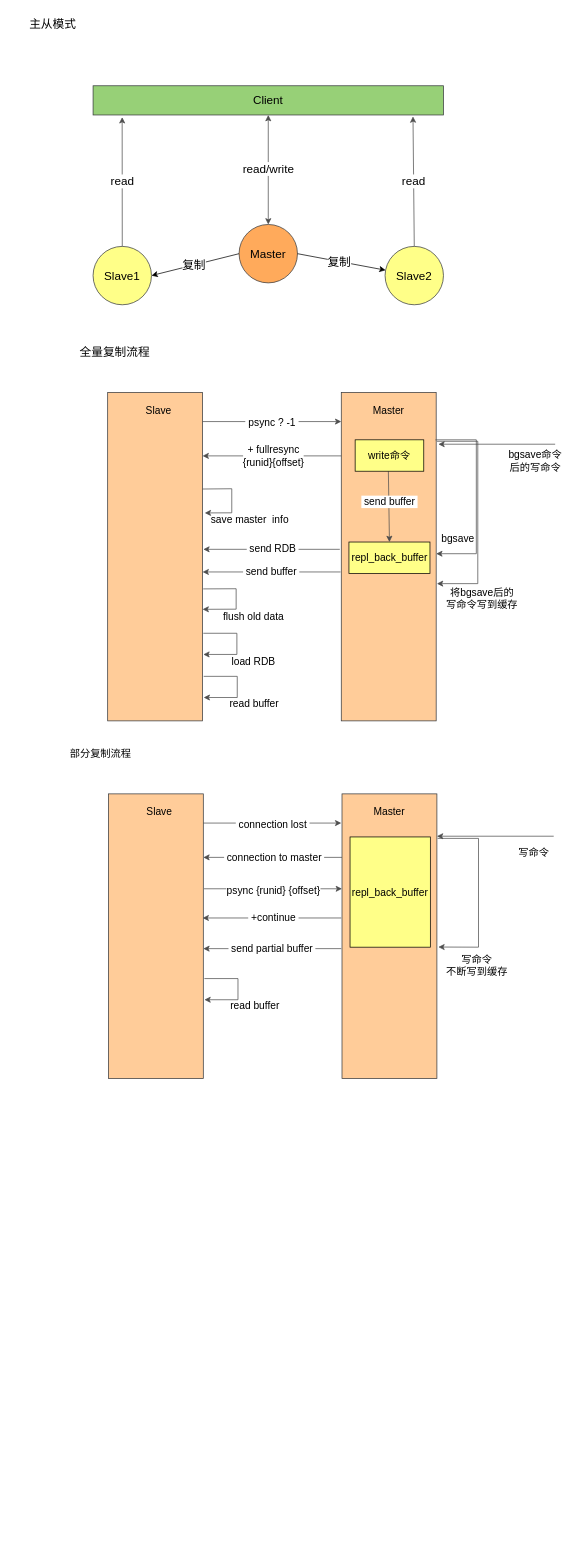
zhangyuying-cn/images keeps this draw.io diagram as page "Redis部署方式" (5 of 5) of Redis/Redis.drawio. Above is the earlier version. Source tidied: cells renumbered, new cells numbered last; positions are measured from the earlier drawing's top-left corner, leaving out a move shared by most shapes. Both pictures are drawn from the tidied source at 73%, with x=0, y=0 at pixel (12, 12).
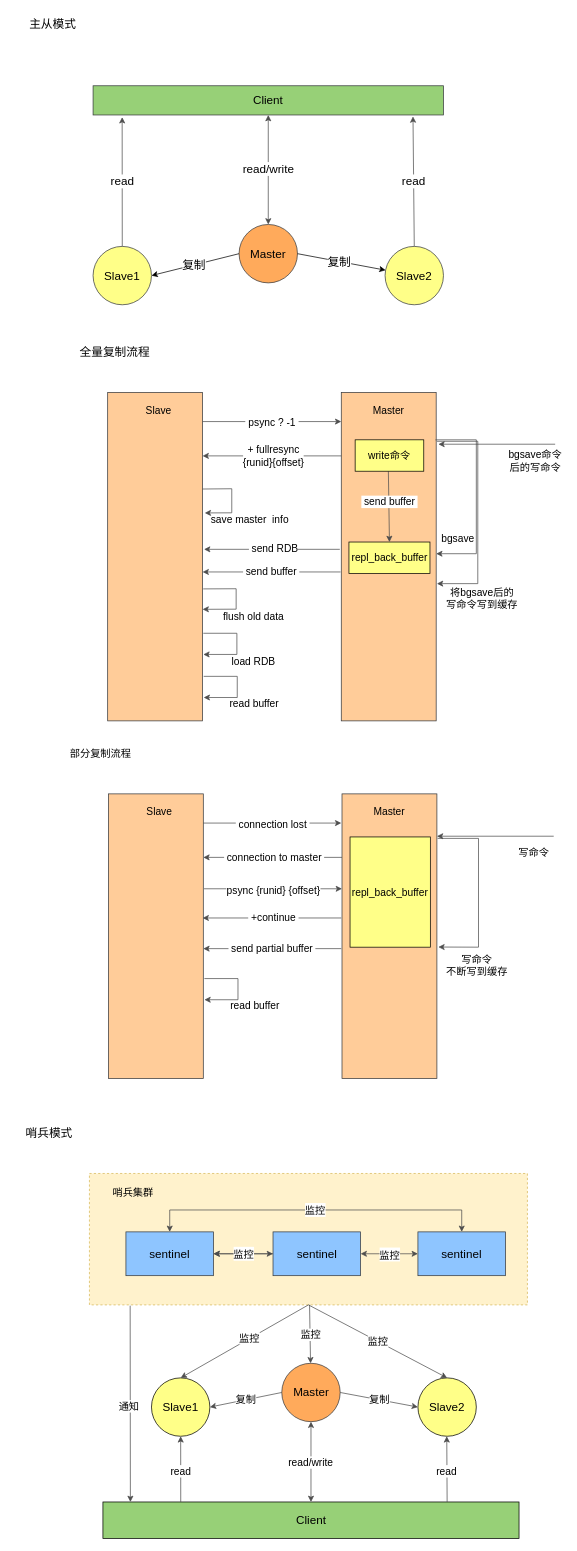
After the change.

Diff of the diagram source:
```diff
@@
+    <mxCell id="67" style="rounded=0;whiteSpace=wrap;html=1;fontSize=16;dashed=1;fillColor=#fff2cc;strokeColor=#d6b656;" parent="1" vertex="1">
+      <mxGeometry x="105" y="1590" width="600" height="180" as="geometry" />
+    </mxCell>
@@
     <mxCell id="35" style="endArrow=classic;html=1;rounded=0;fontSize=14;strokeColor=#4D4D4D;entryX=1.008;entryY=0.462;entryDx=0;entryDy=0;entryPerimeter=0;exitX=-0.023;exitY=0.598;exitDx=0;exitDy=0;exitPerimeter=0;" parent="1" edge="1">
       <mxGeometry relative="1" as="geometry">
         <mxPoint x="448" y="735" as="sourcePoint" />
-        <mxPoint x="261" y="735" as="targetPoint" />
+        <mxPoint x="262" y="735" as="targetPoint" />
       </mxGeometry>
     </mxCell>
-    <mxCell id="36" value="&amp;nbsp;send RDB&amp;nbsp;" style="edgeLabel;html=1;align=center;verticalAlign=middle;fontSize=14;" parent="35" vertex="1">
+    <mxCell id="36" value="&amp;nbsp;send RDB" style="edgeLabel;html=1;align=center;verticalAlign=middle;fontSize=14;" parent="35" vertex="1">
       <mxGeometry x="-0.01" y="-2" relative="1" as="geometry" />
     </mxCell>
@@
+    <mxCell id="68" value="&lt;font style=&quot;font-size: 16px;&quot;&gt;哨兵模式&lt;/font&gt;" style="text;html=1;strokeColor=none;fillColor=none;align=center;verticalAlign=middle;whiteSpace=wrap;rounded=0;fontSize=14;" parent="1" vertex="1">
+      <mxGeometry y="1520" width="100" height="30" as="geometry" />
+    </mxCell>
+    <mxCell id="69" value="sentinel" style="rounded=0;whiteSpace=wrap;html=1;fontSize=16;fillColor=#8EC5FF;strokeColor=#36393d;" parent="1" vertex="1">
+      <mxGeometry x="155" y="1670" width="120" height="60" as="geometry" />
+    </mxCell>
+    <mxCell id="70" style="edgeStyle=orthogonalEdgeStyle;rounded=0;jettySize=auto;html=1;fontSize=16;strokeColor=#4D4D4D;" parent="1" edge="1" source="71" target="69">
+      <mxGeometry relative="1" as="geometry" />
+    </mxCell>
+    <mxCell id="71" value="sentinel" style="rounded=0;whiteSpace=wrap;html=1;fontSize=16;fillColor=#8EC5FF;strokeColor=#36393d;" parent="1" vertex="1">
+      <mxGeometry x="356.5" y="1670" width="120" height="60" as="geometry" />
+    </mxCell>
+    <mxCell id="72" value="sentinel" style="rounded=0;whiteSpace=wrap;html=1;fontSize=16;fillColor=#8EC5FF;strokeColor=#36393d;" parent="1" vertex="1">
+      <mxGeometry x="555" y="1670" width="120" height="60" as="geometry" />
+    </mxCell>
+    <mxCell id="73" value="Master" style="ellipse;whiteSpace=wrap;html=1;fontSize=16;fillColor=#FFAA5B;strokeColor=#36393d;" parent="1" vertex="1">
+      <mxGeometry x="368.5" y="1850" width="80" height="80" as="geometry" />
+    </mxCell>
+    <mxCell id="74" value="Slave1" style="ellipse;whiteSpace=wrap;html=1;fontSize=16;fillColor=#FFFF88;" parent="1" vertex="1">
+      <mxGeometry x="190" y="1870" width="80" height="80" as="geometry" />
+    </mxCell>
+    <mxCell id="75" value="Slave2" style="ellipse;whiteSpace=wrap;html=1;fontSize=16;fillColor=#FFFF88;" parent="1" vertex="1">
+      <mxGeometry x="555" y="1870" width="80" height="80" as="geometry" />
+    </mxCell>
+    <mxCell id="76" value="&lt;font style=&quot;font-size: 14px;&quot;&gt;监控&lt;/font&gt;" style="endArrow=classic;startArrow=classic;html=1;rounded=0;fontSize=16;strokeColor=#4D4D4D;exitX=1;exitY=0.5;exitDx=0;exitDy=0;" parent="1" edge="1" source="69" target="71">
+      <mxGeometry relative="1" as="geometry" />
+    </mxCell>
+    <mxCell id="77" style="endArrow=classic;startArrow=classic;html=1;rounded=0;fontSize=16;strokeColor=#4D4D4D;exitX=1;exitY=0.5;exitDx=0;exitDy=0;entryX=0;entryY=0.5;entryDx=0;entryDy=0;" parent="1" edge="1" source="71" target="72">
+      <mxGeometry relative="1" as="geometry" />
+    </mxCell>
+    <mxCell id="78" value="&lt;font style=&quot;font-size: 14px;&quot;&gt;监控&lt;/font&gt;" style="edgeLabel;html=1;align=center;verticalAlign=middle;fontSize=16;" parent="77" vertex="1">
+      <mxGeometry relative="1" as="geometry" />
+    </mxCell>
+    <mxCell id="79" value="复制" style="endArrow=classic;html=1;rounded=0;fontSize=14;strokeColor=#4D4D4D;exitX=0;exitY=0.5;exitDx=0;exitDy=0;entryX=1;entryY=0.5;entryDx=0;entryDy=0;" parent="1" edge="1" source="73" target="74">
+      <mxGeometry relative="1" as="geometry" />
+    </mxCell>
+    <mxCell id="80" value="复制" style="endArrow=classic;html=1;rounded=0;fontSize=14;strokeColor=#4D4D4D;exitX=1;exitY=0.5;exitDx=0;exitDy=0;entryX=0;entryY=0.5;entryDx=0;entryDy=0;" parent="1" edge="1" source="73" target="75">
+      <mxGeometry relative="1" as="geometry" />
+    </mxCell>
+    <mxCell id="81" value="Client" style="rounded=0;whiteSpace=wrap;html=1;fontSize=16;fillColor=#97D077;" parent="1" vertex="1">
+      <mxGeometry x="123.5" y="2040" width="570" height="50" as="geometry" />
+    </mxCell>
+    <mxCell id="82" style="endArrow=classic;html=1;rounded=0;fontSize=16;strokeColor=#4D4D4D;exitX=0.5;exitY=1;exitDx=0;exitDy=0;entryX=0.5;entryY=0;entryDx=0;entryDy=0;" parent="1" edge="1" source="67" target="74">
+      <mxGeometry relative="1" as="geometry" />
+    </mxCell>
+    <mxCell id="83" value="监控" style="edgeLabel;html=1;align=center;verticalAlign=middle;fontSize=14;" parent="82" vertex="1">
+      <mxGeometry x="-0.08" y="-1" relative="1" as="geometry" />
+    </mxCell>
+    <mxCell id="84" style="endArrow=classic;html=1;rounded=0;fontSize=16;strokeColor=#4D4D4D;" parent="1" edge="1" source="67" target="73">
+      <mxGeometry relative="1" as="geometry" />
+    </mxCell>
+    <mxCell id="85" value="监控" style="edgeLabel;html=1;align=center;verticalAlign=middle;fontSize=14;" parent="84" vertex="1">
+      <mxGeometry x="0.02" relative="1" as="geometry" />
+    </mxCell>
+    <mxCell id="86" value="&lt;font style=&quot;font-size: 14px;&quot;&gt;监控&lt;/font&gt;" style="endArrow=classic;html=1;rounded=0;fontSize=16;strokeColor=#4D4D4D;exitX=0.5;exitY=1;exitDx=0;exitDy=0;entryX=0.5;entryY=0;entryDx=0;entryDy=0;" parent="1" edge="1" source="67" target="75">
+      <mxGeometry relative="1" as="geometry" />
+    </mxCell>
+    <mxCell id="87" style="endArrow=classic;startArrow=classic;html=1;rounded=0;fontSize=16;strokeColor=#4D4D4D;exitX=0.5;exitY=0;exitDx=0;exitDy=0;entryX=0.5;entryY=0;entryDx=0;entryDy=0;" parent="1" edge="1" source="69" target="72">
+      <mxGeometry relative="1" as="geometry">
+        <Array as="points">
+          <mxPoint x="215" y="1640" />
+          <mxPoint x="615" y="1640" />
+        </Array>
+      </mxGeometry>
+    </mxCell>
+    <mxCell id="88" value="&lt;font style=&quot;font-size: 14px;&quot;&gt;监控&lt;/font&gt;" style="edgeLabel;html=1;align=center;verticalAlign=middle;fontSize=16;" parent="87" vertex="1">
+      <mxGeometry x="-0.01" y="1" relative="1" as="geometry" />
+    </mxCell>
+    <mxCell id="89" value="&lt;font style=&quot;font-size: 14px;&quot;&gt;哨兵集群&lt;/font&gt;" style="text;html=1;strokeColor=none;fillColor=none;align=center;verticalAlign=middle;whiteSpace=wrap;rounded=0;fontSize=16;" parent="1" vertex="1">
+      <mxGeometry x="120" y="1600" width="90" height="30" as="geometry" />
+    </mxCell>
+    <mxCell id="90" style="endArrow=classic;html=1;rounded=0;fontSize=16;strokeColor=#4D4D4D;exitX=0.093;exitY=1.006;exitDx=0;exitDy=0;exitPerimeter=0;entryX=0.066;entryY=0;entryDx=0;entryDy=0;entryPerimeter=0;" parent="1" edge="1" source="67" target="81">
+      <mxGeometry relative="1" as="geometry" />
+    </mxCell>
+    <mxCell id="91" value="通知" style="edgeLabel;html=1;align=center;verticalAlign=middle;fontSize=14;" parent="90" vertex="1">
+      <mxGeometry x="0.02" y="-2" relative="1" as="geometry" />
+    </mxCell>
+    <mxCell id="92" style="endArrow=classic;html=1;rounded=0;fontSize=14;strokeColor=#4D4D4D;entryX=0.5;entryY=1;entryDx=0;entryDy=0;exitX=0.187;exitY=0;exitDx=0;exitDy=0;exitPerimeter=0;" parent="1" edge="1" source="81" target="74">
+      <mxGeometry relative="1" as="geometry" />
+    </mxCell>
+    <mxCell id="93" value="read" style="edgeLabel;html=1;align=center;verticalAlign=middle;fontSize=14;" parent="92" vertex="1">
+      <mxGeometry x="-0.04" y="1" relative="1" as="geometry" />
+    </mxCell>
+    <mxCell id="94" style="endArrow=classic;html=1;rounded=0;fontSize=14;strokeColor=#4D4D4D;entryX=0.5;entryY=1;entryDx=0;entryDy=0;" parent="1" edge="1">
+      <mxGeometry relative="1" as="geometry">
+        <mxPoint x="595" y="2040" as="sourcePoint" />
+        <mxPoint x="594.5" y="1950" as="targetPoint" />
+      </mxGeometry>
+    </mxCell>
+    <mxCell id="95" value="read" style="edgeLabel;html=1;align=center;verticalAlign=middle;fontSize=14;" parent="94" vertex="1">
+      <mxGeometry x="-0.04" y="1" relative="1" as="geometry" />
+    </mxCell>
+    <mxCell id="96" style="endArrow=classic;startArrow=classic;html=1;rounded=0;fontSize=14;strokeColor=#4D4D4D;entryX=0.5;entryY=1;entryDx=0;entryDy=0;" parent="1" edge="1" source="81" target="73">
+      <mxGeometry relative="1" as="geometry" />
+    </mxCell>
+    <mxCell id="97" value="read/write" style="edgeLabel;html=1;align=center;verticalAlign=middle;fontSize=14;" parent="96" vertex="1">
+      <mxGeometry y="1" relative="1" as="geometry" />
+    </mxCell>
```
